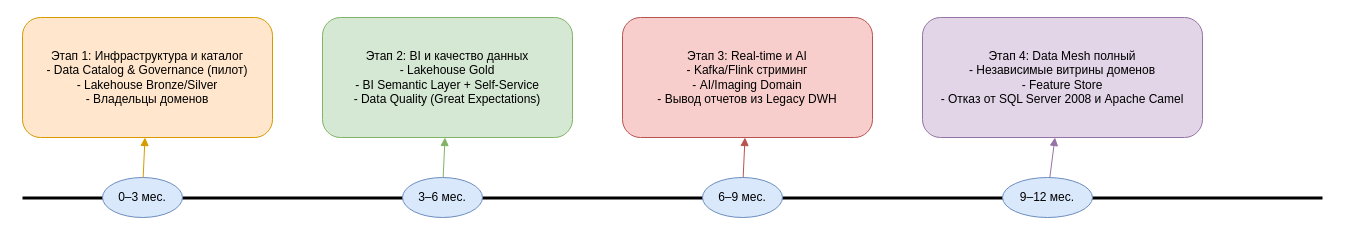
The draw.io diagram Task3/Roadmap_Future_2_0.drawio in ilarion-panzhin/architecture-future_2_0, before the edit. Source tidied: cells renumbered, new cells numbered last; positions are measured from the earlier drawing's top-left corner, leaving out a move shared by most shapes. Both pictures are drawn from the tidied source at 100%, with x=0, y=0 at pixel (22, 17).
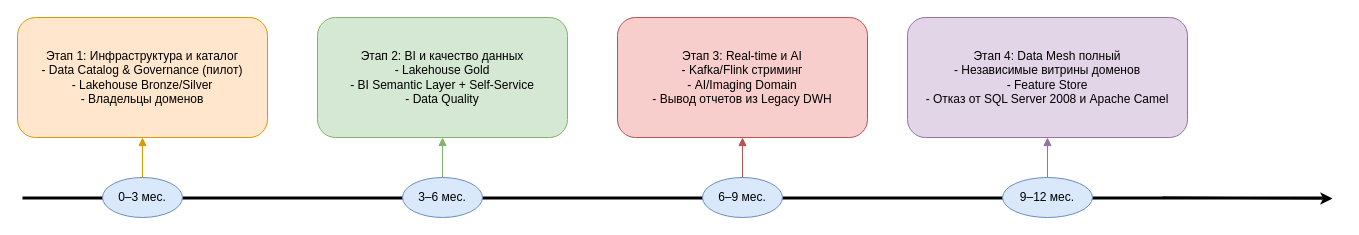
The same page after the edit.

Commit message (it also covers changes not shown here):
task 3 : roadmap

The edit, as a diff of the source:
```diff
@@
 <mxGraphModel>
   <root>
     <mxCell id="0" />
     <mxCell id="1" parent="0" />
     <mxCell id="2" style="shape=line;strokeWidth=3;strokeColor=#000000;" parent="1" vertex="1">
       <mxGeometry y="180" width="1300" height="1" as="geometry" />
     </mxCell>
     <mxCell id="3" value="0–3 мес." style="ellipse;whiteSpace=wrap;html=1;fillColor=#dae8fc;strokeColor=#6c8ebf;" parent="1" vertex="1">
       <mxGeometry x="80" y="160" width="80" height="40" as="geometry" />
     </mxCell>
     <mxCell id="4" value="3–6 мес." style="ellipse;whiteSpace=wrap;html=1;fillColor=#dae8fc;strokeColor=#6c8ebf;" parent="1" vertex="1">
       <mxGeometry x="380" y="160" width="80" height="40" as="geometry" />
     </mxCell>
     <mxCell id="5" value="6–9 мес." style="ellipse;whiteSpace=wrap;html=1;fillColor=#dae8fc;strokeColor=#6c8ebf;" parent="1" vertex="1">
       <mxGeometry x="680" y="160" width="80" height="40" as="geometry" />
     </mxCell>
     <mxCell id="6" value="9–12 мес." style="ellipse;whiteSpace=wrap;html=1;fillColor=#dae8fc;strokeColor=#6c8ebf;" parent="1" vertex="1">
       <mxGeometry x="980" y="160" width="90" height="40" as="geometry" />
     </mxCell>
     <mxCell id="7" value="Этап 1: Инфраструктура и каталог&#10;- Data Catalog &amp; Governance (пилот)&#10;- Lakehouse Bronze/Silver&#10;- Владельцы доменов" style="rounded=1;whiteSpace=wrap;html=1;fillColor=#ffe6cc;strokeColor=#d79b00;" parent="1" vertex="1">
-      <mxGeometry width="250" height="120" as="geometry" />
+      <mxGeometry x="-5" width="250" height="120" as="geometry" />
     </mxCell>
     <mxCell id="8" style="endArrow=block;html=1;strokeColor=#d79b00;" parent="1" edge="1" source="3" target="7">
       <mxGeometry relative="1" as="geometry" />
     </mxCell>
-    <mxCell id="9" value="Этап 2: BI и качество данных&#10;- Lakehouse Gold&#10;- BI Semantic Layer + Self-Service&#10;- Data Quality (Great Expectations)" style="rounded=1;whiteSpace=wrap;html=1;fillColor=#d5e8d4;strokeColor=#82b366;" parent="1" vertex="1">
-      <mxGeometry x="300" width="250" height="120" as="geometry" />
+    <mxCell id="9" value="Этап 2: BI и качество данных&lt;br&gt;- Lakehouse Gold&lt;br&gt;- BI Semantic Layer + Self-Service&lt;br&gt;- Data Quality" style="rounded=1;whiteSpace=wrap;html=1;fillColor=#d5e8d4;strokeColor=#82b366;" parent="1" vertex="1">
+      <mxGeometry x="295" width="250" height="120" as="geometry" />
     </mxCell>
     <mxCell id="10" style="endArrow=block;html=1;strokeColor=#82b366;" parent="1" edge="1" source="4" target="9">
       <mxGeometry relative="1" as="geometry" />
     </mxCell>
     <mxCell id="11" value="Этап 3: Real-time и AI&#10;- Kafka/Flink стриминг&#10;- AI/Imaging Domain&#10;- Вывод отчетов из Legacy DWH" style="rounded=1;whiteSpace=wrap;html=1;fillColor=#f8cecc;strokeColor=#b85450;" parent="1" vertex="1">
-      <mxGeometry x="600" width="250" height="120" as="geometry" />
+      <mxGeometry x="595" width="250" height="120" as="geometry" />
     </mxCell>
     <mxCell id="12" style="endArrow=block;html=1;strokeColor=#b85450;" parent="1" edge="1" source="5" target="11">
       <mxGeometry relative="1" as="geometry" />
     </mxCell>
     <mxCell id="13" value="Этап 4: Data Mesh полный&#10;- Независимые витрины доменов&#10;- Feature Store&#10;- Отказ от SQL Server 2008 и Apache Camel" style="rounded=1;whiteSpace=wrap;html=1;fillColor=#e1d5e7;strokeColor=#9673a6;" parent="1" vertex="1">
-      <mxGeometry x="900" width="280" height="120" as="geometry" />
+      <mxGeometry x="885" width="280" height="120" as="geometry" />
     </mxCell>
     <mxCell id="14" style="endArrow=block;html=1;strokeColor=#9673a6;" parent="1" edge="1" source="6" target="13">
       <mxGeometry relative="1" as="geometry" />
     </mxCell>
+    <mxCell id="15" style="endArrow=classic;html=1;rounded=0;strokeWidth=2;" parent="1" edge="1">
+      <mxGeometry relative="1" as="geometry">
+        <mxPoint x="1140" y="180" as="sourcePoint" />
+        <mxPoint x="1310" y="181" as="targetPoint" />
+      </mxGeometry>
+    </mxCell>
   </root>
 </mxGraphModel>
```
